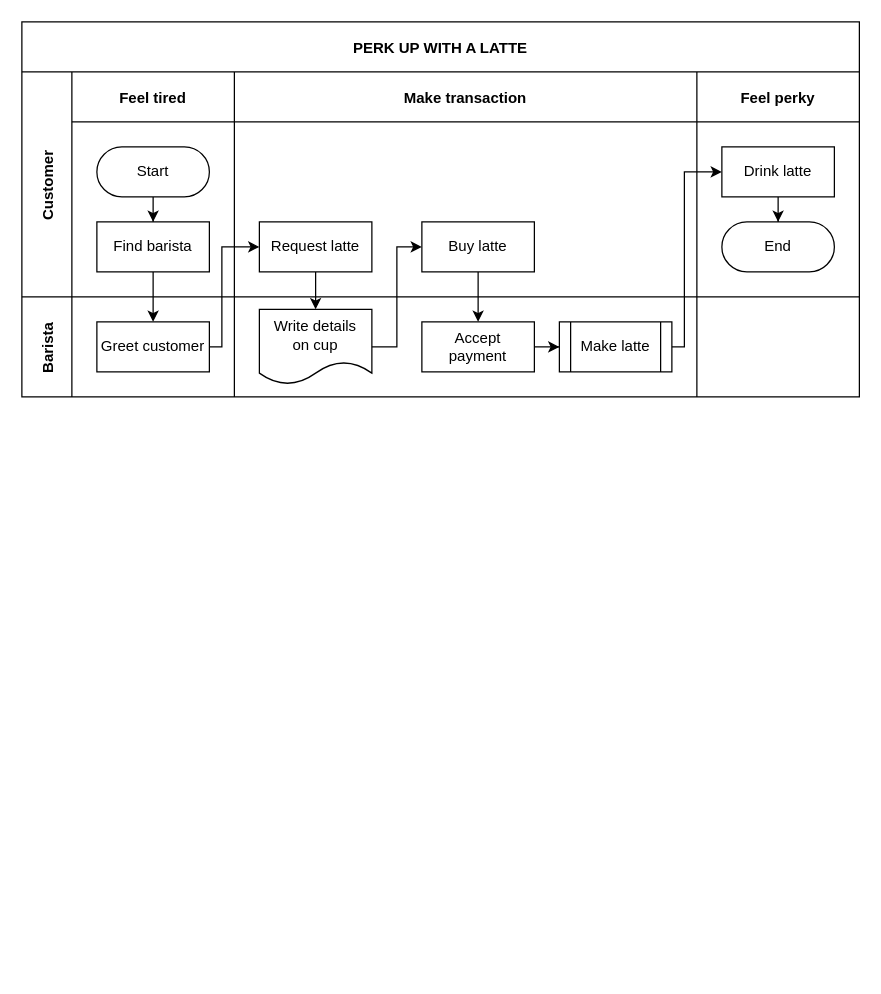
The draw.io diagram 未命名绘图.drawio in hwd2222222/cross-cluster-replication, before the edit. Source tidied: cells renumbered, new cells numbered last; positions are measured from the earlier drawing's top-left corner, leaving out a move shared by most shapes. Both pictures are drawn from the tidied source at 125%, with x=0, y=0 at pixel (21, 21).
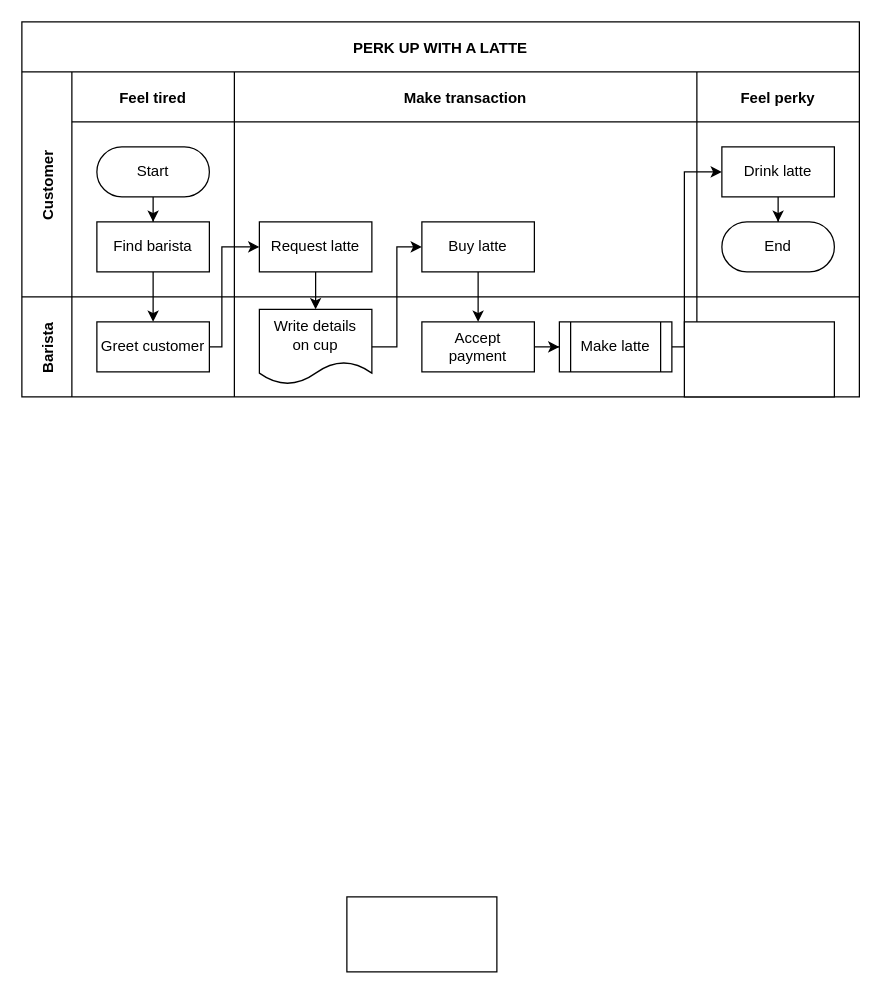
The same diagram, later.

Commit message:
更新未命名绘图.drawio

The edit, as a diff of the source:
```diff
@@
+    <mxCell id="30" style="whiteSpace=wrap;html=1;" parent="1" vertex="1">
+      <mxGeometry x="530" y="240" width="120" height="60" as="geometry" />
+    </mxCell>
+    <mxCell id="31" style="rounded=0;whiteSpace=wrap;html=1;" parent="1" vertex="1">
+      <mxGeometry x="260" y="700" width="120" height="60" as="geometry" />
+    </mxCell>
```
